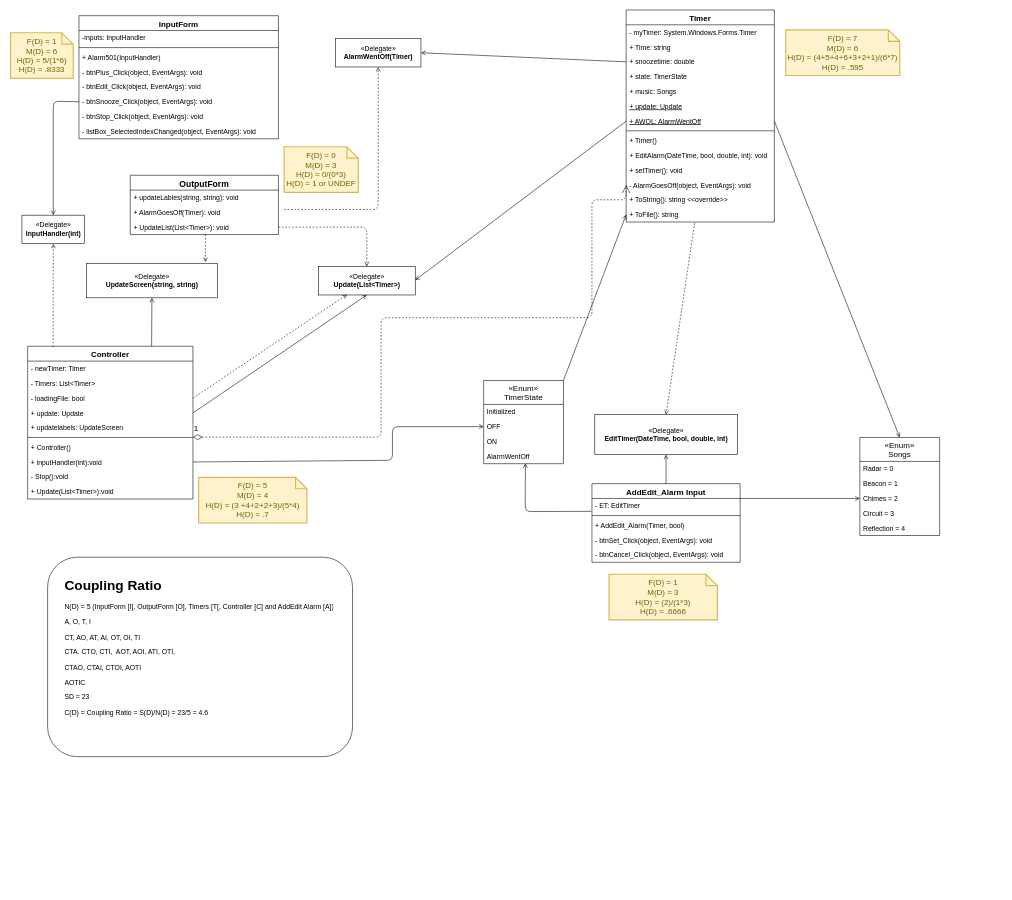
Earlier version of the draw.io diagram page "Alarm501-CD-P2" (2 of 3) of AlarmClock.drawio (Rosebaugh/CS501). Source tidied: cells renumbered, new cells numbered last; positions are measured from the earlier drawing's top-left corner, leaving out a move shared by most shapes. Both pictures are drawn from the tidied source at 57%, with x=0, y=0 at pixel (10, 10).
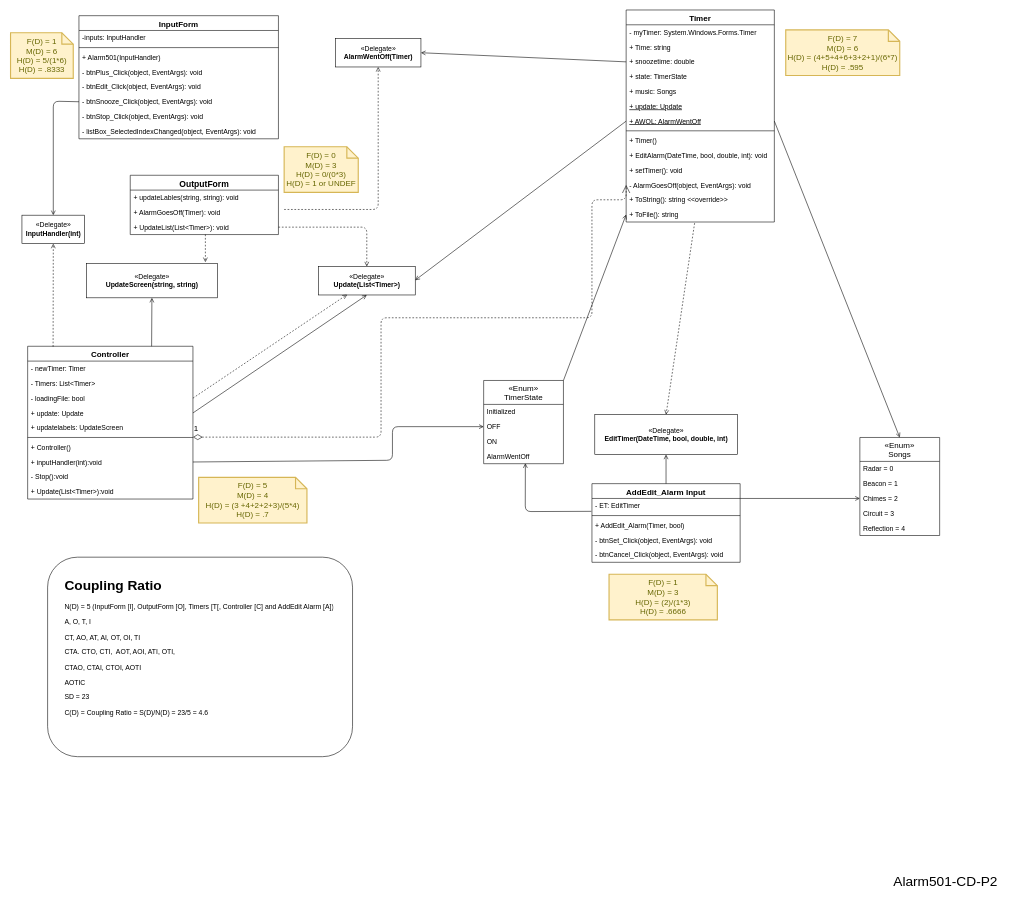
The same page after the edit.

The edit, as a diff of the source:
```diff
@@
+    <mxCell id="88" value="&lt;font style=&quot;font-size: 24px&quot;&gt;Alarm501-CD-P2&lt;/font&gt;" style="text;html=1;align=center;verticalAlign=middle;" parent="1" vertex="1">
+      <mxGeometry x="1540" y="1520" width="200" height="20" as="geometry" />
+    </mxCell>
```
